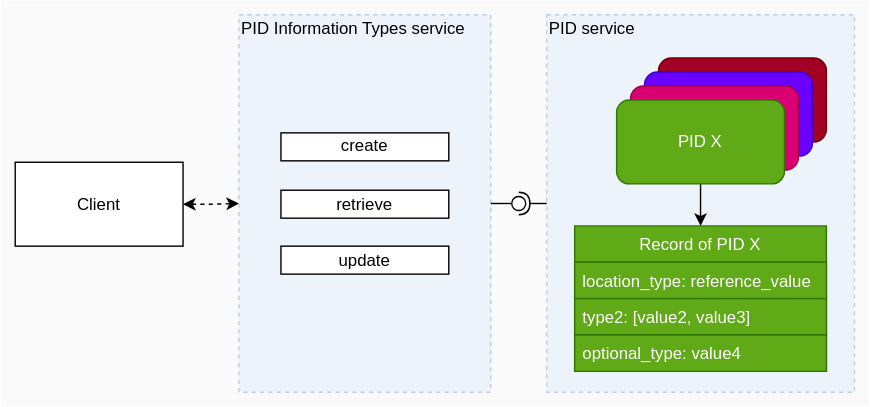
Before: src/images/pit_to_pid.drawio.svg, a diagram exported from draw.io (kit-data-manager/fairdo-cookbook). Source tidied: cells renumbered, new cells last; positions are measured from the earlier drawing's top-left corner, leaving out a move shared by most shapes. Source of this version:
```xml
<mxGraphModel>
  <root>
    <mxCell id="0" />
    <mxCell id="1" parent="0" />
    <mxCell id="2" style="rounded=0;whiteSpace=wrap;html=1;dashed=1;align=left;opacity=50;fillColor=#f5f5f5;fontColor=#333333;strokeColor=none;" parent="1" vertex="1">
      <mxGeometry width="620" height="290" as="geometry" />
    </mxCell>
    <mxCell id="3" style="rounded=0;whiteSpace=wrap;html=1;noLabel=0;dashed=1;fillColor=#dae8fc;strokeColor=#6c8ebf;opacity=40;" parent="1" vertex="1">
      <mxGeometry x="170" y="10" width="180" height="270" as="geometry" />
    </mxCell>
    <mxCell id="4" value="PID Information Types service" style="text;html=1;align=left;verticalAlign=middle;strokeColor=none;" parent="1" vertex="1">
      <mxGeometry x="170" y="10" width="180" height="20" as="geometry" />
    </mxCell>
    <mxCell id="5" value="create" style="rounded=0;whiteSpace=wrap;html=1;" parent="1" vertex="1">
      <mxGeometry x="200" y="94.5" width="120" height="20" as="geometry" />
    </mxCell>
    <mxCell id="6" value="retrieve" style="rounded=0;whiteSpace=wrap;html=1;" parent="1" vertex="1">
      <mxGeometry x="200" y="135.5" width="120" height="20" as="geometry" />
    </mxCell>
    <mxCell id="7" value="update" style="rounded=0;whiteSpace=wrap;html=1;" parent="1" vertex="1">
      <mxGeometry x="200" y="175.5" width="120" height="20" as="geometry" />
    </mxCell>
    <mxCell id="8" style="rounded=0;whiteSpace=wrap;html=1;noLabel=0;dashed=1;fillColor=#dae8fc;strokeColor=#6c8ebf;opacity=40;" parent="1" vertex="1">
      <mxGeometry x="390" y="10" width="220" height="270" as="geometry" />
    </mxCell>
    <mxCell id="9" style="edgeStyle=orthogonalEdgeStyle;rounded=0;jettySize=auto;html=1;entryX=0.5;entryY=0;entryDx=0;entryDy=0;exitX=0.5;exitY=1;exitDx=0;exitDy=0;" parent="1" edge="1" source="17" target="11">
      <mxGeometry relative="1" as="geometry" />
    </mxCell>
    <mxCell id="10" value="PID X" style="rounded=1;whiteSpace=wrap;html=1;fillColor=#a20025;strokeColor=#6F0000;fontColor=#ffffff;" parent="1" vertex="1">
      <mxGeometry x="470" y="41" width="120" height="60" as="geometry" />
    </mxCell>
    <mxCell id="11" value="Record of PID X" style="swimlane;fontStyle=0;horizontal=1;startSize=26;fillColor=#60a917;strokeColor=#2D7600;fontColor=#ffffff;" parent="1" vertex="1">
      <mxGeometry x="410" y="161" width="180" height="104" as="geometry" />
    </mxCell>
    <mxCell id="12" value="location_type: reference_value" style="text;align=left;verticalAlign=top;spacingLeft=4;spacingRight=4;overflow=hidden;fillColor=#60a917;strokeColor=#2D7600;fontColor=#ffffff;" parent="11" vertex="1">
      <mxGeometry y="26" width="180" height="26" as="geometry" />
    </mxCell>
    <mxCell id="13" value="type2: [value2, value3]" style="text;align=left;verticalAlign=top;spacingLeft=4;spacingRight=4;overflow=hidden;fillColor=#60a917;strokeColor=#2D7600;fontColor=#ffffff;" parent="11" vertex="1">
      <mxGeometry y="52" width="180" height="26" as="geometry" />
    </mxCell>
    <mxCell id="14" value="optional_type: value4" style="text;align=left;verticalAlign=top;spacingLeft=4;spacingRight=4;overflow=hidden;fillColor=#60a917;strokeColor=#2D7600;fontColor=#ffffff;" parent="11" vertex="1">
      <mxGeometry y="78" width="180" height="26" as="geometry" />
    </mxCell>
    <mxCell id="15" value="PID X" style="rounded=1;whiteSpace=wrap;html=1;fillColor=#6a00ff;strokeColor=#3700CC;fontColor=#ffffff;" parent="1" vertex="1">
      <mxGeometry x="460" y="51" width="120" height="60" as="geometry" />
    </mxCell>
    <mxCell id="16" value="PID X" style="rounded=1;whiteSpace=wrap;html=1;fillColor=#d80073;strokeColor=#A50040;fontColor=#ffffff;" parent="1" vertex="1">
      <mxGeometry x="450" y="61" width="120" height="60" as="geometry" />
    </mxCell>
    <mxCell id="17" value="PID X" style="rounded=1;whiteSpace=wrap;html=1;fillColor=#60a917;strokeColor=#2D7600;fontColor=#ffffff;" parent="1" vertex="1">
      <mxGeometry x="440" y="71" width="120" height="60" as="geometry" />
    </mxCell>
    <mxCell id="18" value="PID service" style="text;html=1;align=left;verticalAlign=middle;strokeColor=none;" parent="1" vertex="1">
      <mxGeometry x="390" y="10" width="80" height="20" as="geometry" />
    </mxCell>
    <mxCell id="19" style="rounded=0;jettySize=auto;html=1;endArrow=none;endFill=0;" parent="1" edge="1" target="21">
      <mxGeometry relative="1" as="geometry">
        <mxPoint x="350" y="145" as="sourcePoint" />
      </mxGeometry>
    </mxCell>
    <mxCell id="20" style="rounded=0;jettySize=auto;html=1;endArrow=halfCircle;endFill=0;entryX=0.5;entryY=0.5;entryDx=0;entryDy=0;endSize=6;strokeWidth=1;" parent="1" edge="1" target="21">
      <mxGeometry relative="1" as="geometry">
        <mxPoint x="390" y="145" as="sourcePoint" />
      </mxGeometry>
    </mxCell>
    <mxCell id="21" style="ellipse;whiteSpace=wrap;html=1;fontFamily=Helvetica;fontSize=12;fontColor=#000000;align=center;strokeColor=#000000;fillColor=#ffffff;points=[];" parent="1" vertex="1">
      <mxGeometry x="365" y="140" width="10" height="10" as="geometry" />
    </mxCell>
    <mxCell id="22" style="edgeStyle=orthogonalEdgeStyle;rounded=0;jettySize=auto;html=1;endArrow=classic;endFill=1;startArrow=classic;startFill=1;dashed=1;" parent="1" edge="1" source="23" target="3">
      <mxGeometry relative="1" as="geometry" />
    </mxCell>
    <mxCell id="23" value="Client" style="rounded=0;whiteSpace=wrap;html=1;" parent="1" vertex="1">
      <mxGeometry x="10" y="115.5" width="120" height="60" as="geometry" />
    </mxCell>
  </root>
</mxGraphModel>
```
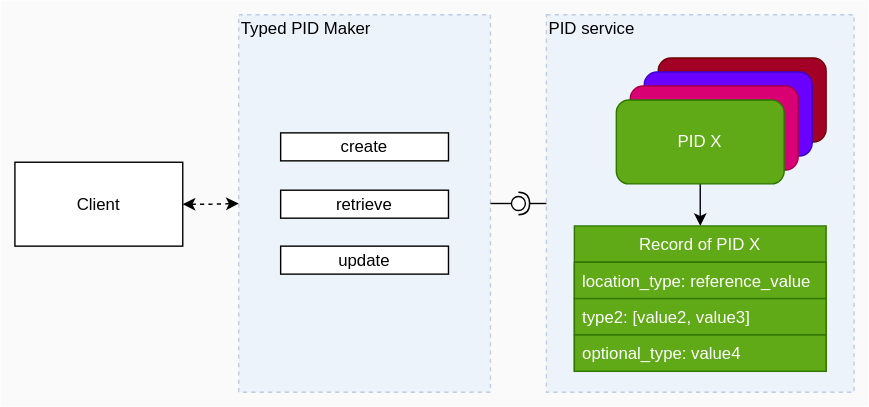
The same diagram one commit later.

Change to the diagram source:
```diff
@@ -8,8 +8,8 @@
     <mxCell id="3" style="rounded=0;whiteSpace=wrap;html=1;noLabel=0;dashed=1;fillColor=#dae8fc;strokeColor=#6c8ebf;opacity=40;" parent="1" vertex="1">
       <mxGeometry x="170" y="10" width="180" height="270" as="geometry" />
     </mxCell>
-    <mxCell id="4" value="PID Information Types service" style="text;html=1;align=left;verticalAlign=middle;strokeColor=none;" parent="1" vertex="1">
-      <mxGeometry x="170" y="10" width="180" height="20" as="geometry" />
+    <mxCell id="4" value="Typed PID Maker" style="text;html=1;align=left;verticalAlign=middle;strokeColor=none;" parent="1" vertex="1">
+      <mxGeometry x="170" y="10" width="110" height="20" as="geometry" />
     </mxCell>
     <mxCell id="5" value="create" style="rounded=0;whiteSpace=wrap;html=1;" parent="1" vertex="1">
       <mxGeometry x="200" y="94.5" width="120" height="20" as="geometry" />
```
